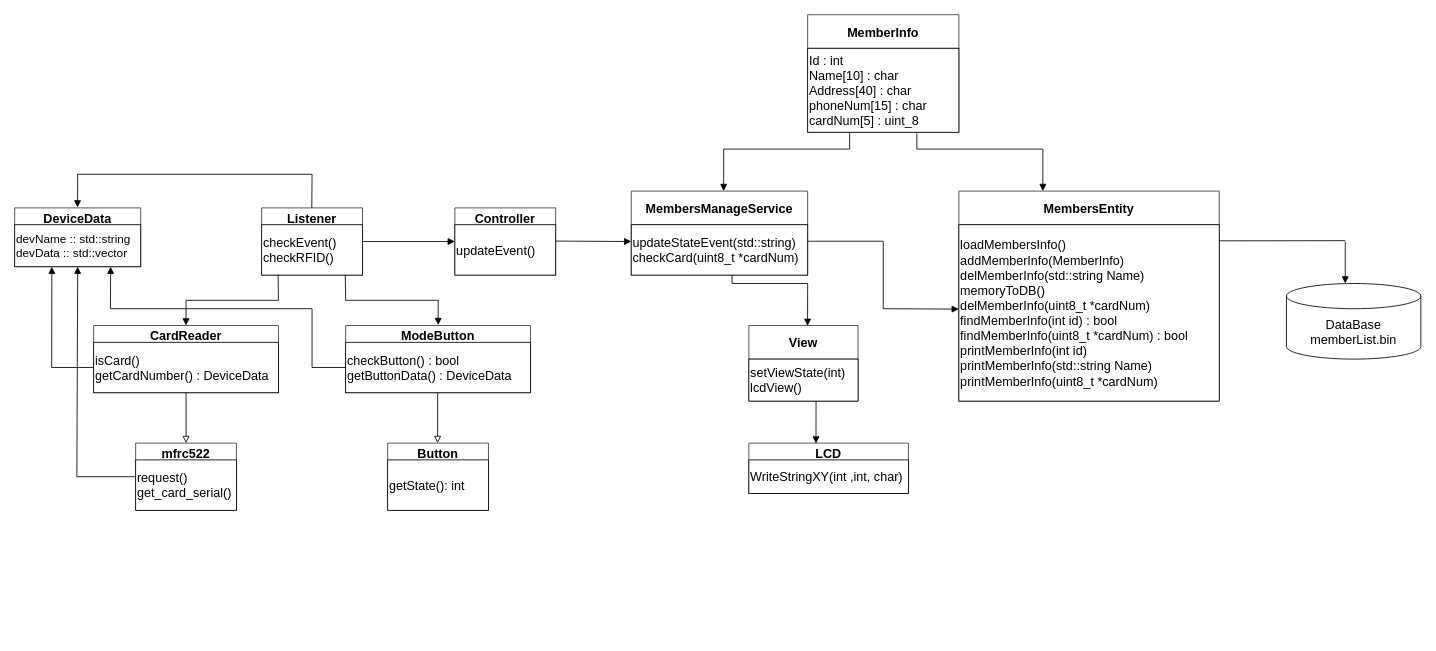
Before: Diagram.drawio in whoni159789/GolfMembersManager, a draw.io diagram. Source tidied: cells renumbered, new cells numbered last; positions are measured from the earlier drawing's top-left corner, leaving out a move shared by most shapes. Both pictures are drawn from the tidied source at 84%, with x=0, y=0 at pixel (14, 14).
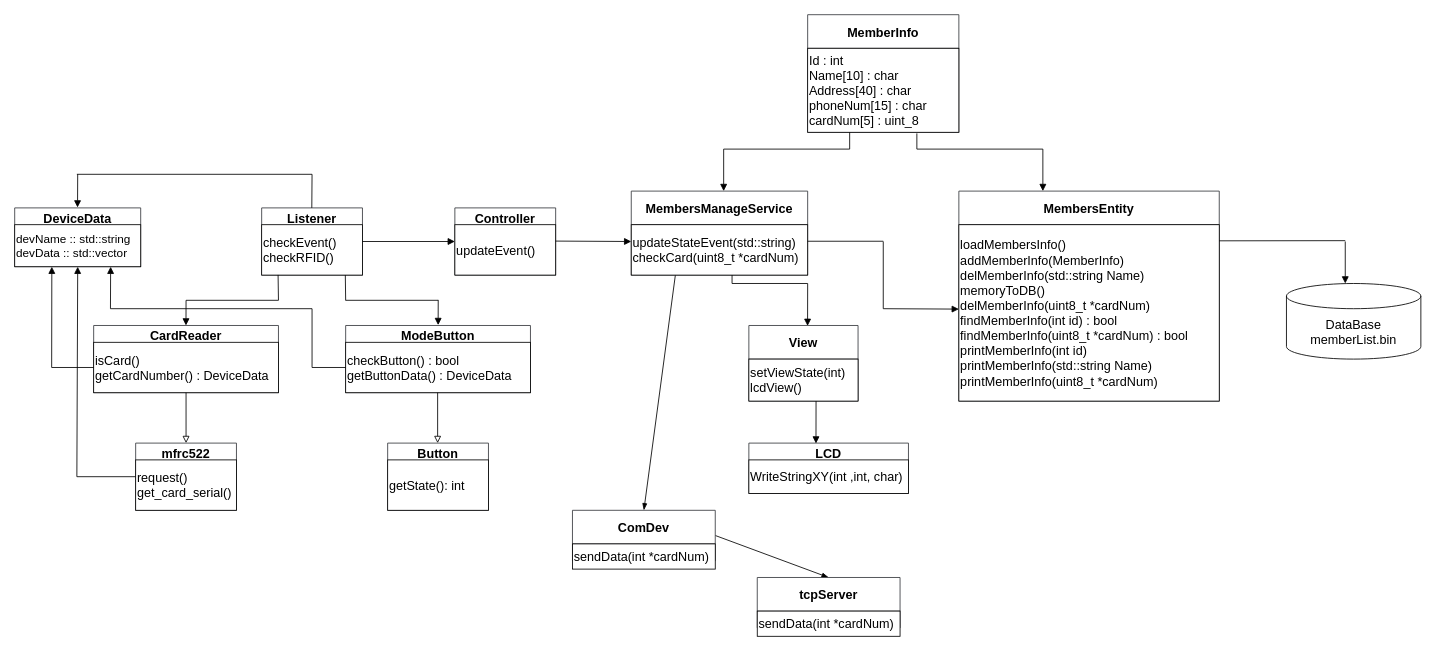
The same diagram, later.

Unchanged cells that the change refers to:
```xml
<mxCell id="36" value="MembersManageService" style="swimlane;fontSize=15;fillColor=#FFFFFF;strokeColor=#36393d;fontColor=#000000;startSize=40;" parent="1" vertex="1">
  <mxGeometry x="734" y="210" width="210" height="100" as="geometry" />
</mxCell>
```

Diff of the diagram source:
```diff
@@
+    <mxCell id="63" style="edgeStyle=none;html=1;exitX=0.25;exitY=1;exitDx=0;exitDy=0;entryX=0.5;entryY=0;entryDx=0;entryDy=0;strokeColor=#000000;endArrow=blockThin;endFill=1;" parent="1" edge="1" source="36" target="65">
+      <mxGeometry relative="1" as="geometry" />
+    </mxCell>
@@
+    <mxCell id="64" style="edgeStyle=none;html=1;exitX=1;exitY=0.5;exitDx=0;exitDy=0;entryX=0.5;entryY=0;entryDx=0;entryDy=0;strokeColor=#000000;endArrow=blockThin;endFill=1;" parent="1" edge="1" source="65" target="67">
+      <mxGeometry relative="1" as="geometry" />
+    </mxCell>
+    <mxCell id="65" value="ComDev" style="swimlane;fontSize=15;fillColor=#FFFFFF;strokeColor=#36393d;fontColor=#000000;startSize=40;" parent="1" vertex="1">
+      <mxGeometry x="664" y="590" width="170" height="60" as="geometry" />
+    </mxCell>
+    <mxCell id="66" value="&lt;p style=&quot;margin-top: 0pt ; margin-bottom: 0pt ; margin-left: 0in ; direction: ltr ; unicode-bidi: embed&quot;&gt;sendData(int *cardNum)&lt;/p&gt;" style="whiteSpace=wrap;html=1;fontSize=15;fontColor=#000000;strokeColor=#000000;fillColor=#FFFFFF;align=left;" parent="1" vertex="1">
+      <mxGeometry x="664" y="630" width="170" height="30" as="geometry" />
+    </mxCell>
+    <mxCell id="67" value="tcpServer" style="swimlane;fontSize=15;fillColor=#FFFFFF;strokeColor=#36393d;fontColor=#000000;startSize=40;" parent="1" vertex="1">
+      <mxGeometry x="884" y="670" width="170" height="60" as="geometry" />
+    </mxCell>
+    <mxCell id="68" value="&lt;p style=&quot;margin-top: 0pt ; margin-bottom: 0pt ; margin-left: 0in ; direction: ltr ; unicode-bidi: embed&quot;&gt;sendData(int *cardNum)&lt;/p&gt;" style="whiteSpace=wrap;html=1;fontSize=15;fontColor=#000000;strokeColor=#000000;fillColor=#FFFFFF;align=left;" parent="1" vertex="1">
+      <mxGeometry x="884" y="710" width="170" height="30" as="geometry" />
+    </mxCell>
```
